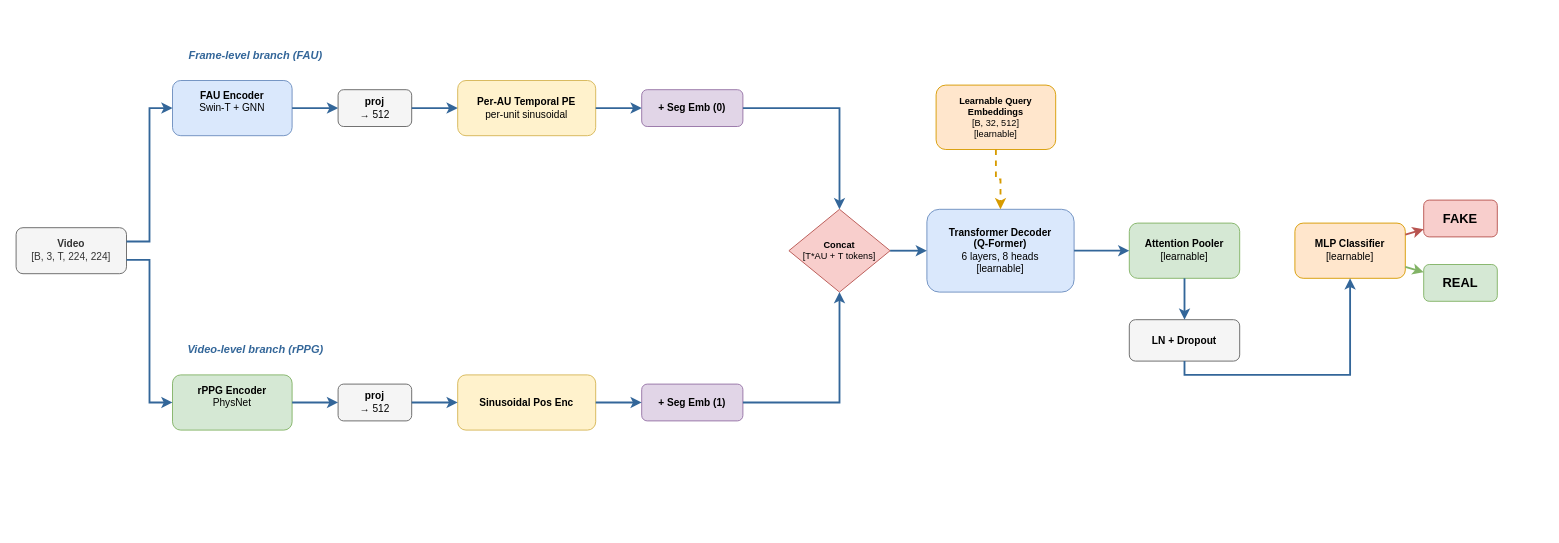
This is docs/architecture.drawio from adelardw/mdfr-rppgfau, a draw.io file, before an edit. Source tidied: cells renumbered, new cells numbered last; positions are measured from the earlier drawing's top-left corner, leaving out a move shared by most shapes. Both pictures are drawn from the tidied source at 92%, with x=0, y=0 at pixel (16, 43).
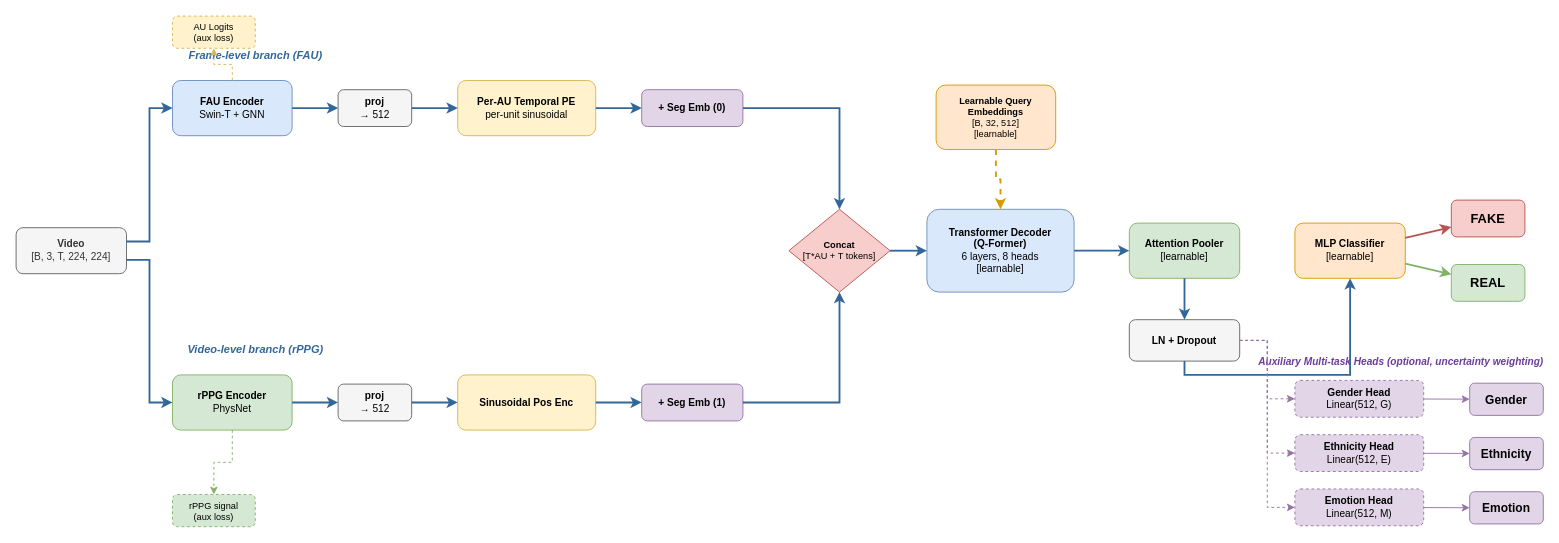
The same page after the edit.

Unchanged cells that the change refers to:
```xml
<mxCell id="17" value="&lt;b&gt;LN + Dropout&lt;/b&gt;" style="rounded=1;whiteSpace=wrap;html=1;fillColor=#f5f5f5;strokeColor=#666666;fontSize=11;" parent="1" vertex="1">
  <mxGeometry x="1210" y="300" width="120" height="45" as="geometry" />
</mxCell>
```

The edit, as a diff of the source:
```diff
@@
-    <mxCell id="5" value="&lt;b&gt;FAU Encoder&lt;/b&gt;&lt;br&gt;Swin-T + GNN&lt;div&gt;&lt;br/&gt;&lt;/div&gt;" style="rounded=1;whiteSpace=wrap;html=1;fillColor=#dae8fc;strokeColor=#6c8ebf;fontSize=11;" parent="1" vertex="1">
+    <mxCell id="5" value="&lt;b&gt;FAU Encoder&lt;/b&gt;&lt;br&gt;Swin-T + GNN" style="rounded=1;whiteSpace=wrap;html=1;fillColor=#dae8fc;strokeColor=#6c8ebf;fontSize=11;" parent="1" vertex="1">
       <mxGeometry x="170" y="40" width="130" height="60" as="geometry" />
     </mxCell>
@@
+    <mxCell id="38" value="AU Logits&lt;br&gt;(aux loss)" style="rounded=1;whiteSpace=wrap;html=1;fillColor=#fff2cc;strokeColor=#d6b656;fontSize=10;dashed=1;" parent="1" vertex="1">
+      <mxGeometry x="170" y="-30" width="90" height="35" as="geometry" />
+    </mxCell>
-    <mxCell id="9" value="&lt;b&gt;rPPG Encoder&lt;/b&gt;&lt;br&gt;PhysNet&lt;div&gt;&lt;br/&gt;&lt;/div&gt;" style="rounded=1;whiteSpace=wrap;html=1;fillColor=#d5e8d4;strokeColor=#82b366;fontSize=11;" parent="1" vertex="1">
+    <mxCell id="9" value="&lt;b&gt;rPPG Encoder&lt;/b&gt;&lt;br&gt;PhysNet" style="rounded=1;whiteSpace=wrap;html=1;fillColor=#d5e8d4;strokeColor=#82b366;fontSize=11;" parent="1" vertex="1">
       <mxGeometry x="170" y="360" width="130" height="60" as="geometry" />
     </mxCell>
@@
+    <mxCell id="39" value="rPPG signal&lt;br&gt;(aux loss)" style="rounded=1;whiteSpace=wrap;html=1;fillColor=#d5e8d4;strokeColor=#82b366;fontSize=10;dashed=1;" parent="1" vertex="1">
+      <mxGeometry x="170" y="490" width="90" height="35" as="geometry" />
+    </mxCell>
@@
     <mxCell id="19" value="&lt;b&gt;FAKE&lt;/b&gt;" style="rounded=1;whiteSpace=wrap;html=1;fillColor=#f8cecc;strokeColor=#b85450;fontSize=14;fontStyle=1;" parent="1" vertex="1">
-      <mxGeometry x="1530" y="170" width="80" height="40" as="geometry" />
+      <mxGeometry x="1560" y="170" width="80" height="40" as="geometry" />
     </mxCell>
     <mxCell id="20" value="&lt;b&gt;REAL&lt;/b&gt;" style="rounded=1;whiteSpace=wrap;html=1;fillColor=#d5e8d4;strokeColor=#82b366;fontSize=14;fontStyle=1;" parent="1" vertex="1">
-      <mxGeometry x="1530" y="240" width="80" height="40" as="geometry" />
+      <mxGeometry x="1560" y="240" width="80" height="40" as="geometry" />
     </mxCell>
+    <mxCell id="40" value="Auxiliary Multi-task Heads (optional, uncertainty weighting)" style="text;html=1;align=center;verticalAlign=middle;fontSize=11;fontStyle=3;fontColor=#6a3d9a;" parent="1" vertex="1">
+      <mxGeometry x="1350" y="335" width="310" height="22" as="geometry" />
+    </mxCell>
+    <mxCell id="41" value="&lt;b&gt;Gender Head&lt;/b&gt;&lt;br&gt;Linear(512, G)" style="rounded=1;whiteSpace=wrap;html=1;fillColor=#e1d5e7;strokeColor=#9673a6;fontSize=11;dashed=1;" parent="1" vertex="1">
+      <mxGeometry x="1390" y="366" width="140" height="40" as="geometry" />
+    </mxCell>
+    <mxCell id="42" value="&lt;b&gt;Ethnicity Head&lt;/b&gt;&lt;br&gt;Linear(512, E)" style="rounded=1;whiteSpace=wrap;html=1;fillColor=#e1d5e7;strokeColor=#9673a6;fontSize=11;dashed=1;" parent="1" vertex="1">
+      <mxGeometry x="1390" y="425" width="140" height="40" as="geometry" />
+    </mxCell>
+    <mxCell id="43" value="&lt;b&gt;Emotion Head&lt;/b&gt;&lt;br&gt;Linear(512, M)" style="rounded=1;whiteSpace=wrap;html=1;fillColor=#e1d5e7;strokeColor=#9673a6;fontSize=11;dashed=1;" parent="1" vertex="1">
+      <mxGeometry x="1390" y="484" width="140" height="40" as="geometry" />
+    </mxCell>
+    <mxCell id="44" value="Gender" style="rounded=1;whiteSpace=wrap;html=1;fillColor=#e1d5e7;strokeColor=#9673a6;fontSize=13;fontStyle=1;" parent="1" vertex="1">
+      <mxGeometry x="1580" y="369" width="80" height="35" as="geometry" />
+    </mxCell>
+    <mxCell id="45" value="Ethnicity" style="rounded=1;whiteSpace=wrap;html=1;fillColor=#e1d5e7;strokeColor=#9673a6;fontSize=13;fontStyle=1;" parent="1" vertex="1">
+      <mxGeometry x="1580" y="428" width="80" height="35" as="geometry" />
+    </mxCell>
+    <mxCell id="46" value="Emotion" style="rounded=1;whiteSpace=wrap;html=1;fillColor=#e1d5e7;strokeColor=#9673a6;fontSize=13;fontStyle=1;" parent="1" vertex="1">
+      <mxGeometry x="1580" y="487" width="80" height="35" as="geometry" />
+    </mxCell>
@@
+    <mxCell id="47" style="edgeStyle=orthogonalEdgeStyle;rounded=0;html=1;strokeWidth=1;strokeColor=#d6b656;dashed=1;exitX=0.5;exitY=0;exitDx=0;exitDy=0;entryX=0.5;entryY=1;entryDx=0;entryDy=0;" parent="1" edge="1" source="5" target="38">
+      <mxGeometry relative="1" as="geometry" />
+    </mxCell>
+    <mxCell id="48" style="edgeStyle=orthogonalEdgeStyle;rounded=0;html=1;strokeWidth=1;strokeColor=#82b366;dashed=1;exitX=0.5;exitY=1;exitDx=0;exitDy=0;entryX=0.5;entryY=0;entryDx=0;entryDy=0;" parent="1" edge="1" source="9" target="39">
+      <mxGeometry relative="1" as="geometry" />
+    </mxCell>
+    <mxCell id="49" style="edgeStyle=orthogonalEdgeStyle;rounded=0;html=1;strokeWidth=1;strokeColor=#9673a6;dashed=1;exitX=1;exitY=0.5;exitDx=0;exitDy=0;entryX=0;entryY=0.5;entryDx=0;entryDy=0;" parent="1" edge="1" source="17" target="41">
+      <mxGeometry relative="1" as="geometry">
+        <Array as="points">
+          <mxPoint x="1360" y="323" />
+          <mxPoint x="1360" y="386" />
+        </Array>
+      </mxGeometry>
+    </mxCell>
+    <mxCell id="50" style="edgeStyle=orthogonalEdgeStyle;rounded=0;html=1;strokeWidth=1;strokeColor=#9673a6;dashed=1;exitX=1;exitY=0.5;exitDx=0;exitDy=0;entryX=0;entryY=0.5;entryDx=0;entryDy=0;" parent="1" edge="1" source="17" target="42">
+      <mxGeometry relative="1" as="geometry">
+        <Array as="points">
+          <mxPoint x="1360" y="323" />
+          <mxPoint x="1360" y="445" />
+        </Array>
+      </mxGeometry>
+    </mxCell>
+    <mxCell id="51" style="edgeStyle=orthogonalEdgeStyle;rounded=0;html=1;strokeWidth=1;strokeColor=#9673a6;dashed=1;exitX=1;exitY=0.5;exitDx=0;exitDy=0;entryX=0;entryY=0.5;entryDx=0;entryDy=0;" parent="1" edge="1" source="17" target="43">
+      <mxGeometry relative="1" as="geometry">
+        <Array as="points">
+          <mxPoint x="1360" y="323" />
+          <mxPoint x="1360" y="504" />
+        </Array>
+      </mxGeometry>
+    </mxCell>
+    <mxCell id="52" style="rounded=0;html=1;strokeWidth=1;strokeColor=#9673a6;" parent="1" edge="1" source="41" target="44">
+      <mxGeometry relative="1" as="geometry" />
+    </mxCell>
+    <mxCell id="53" style="rounded=0;html=1;strokeWidth=1;strokeColor=#9673a6;" parent="1" edge="1" source="42" target="45">
+      <mxGeometry relative="1" as="geometry" />
+    </mxCell>
+    <mxCell id="54" style="rounded=0;html=1;strokeWidth=1;strokeColor=#9673a6;" parent="1" edge="1" source="43" target="46">
+      <mxGeometry relative="1" as="geometry" />
+    </mxCell>
```
